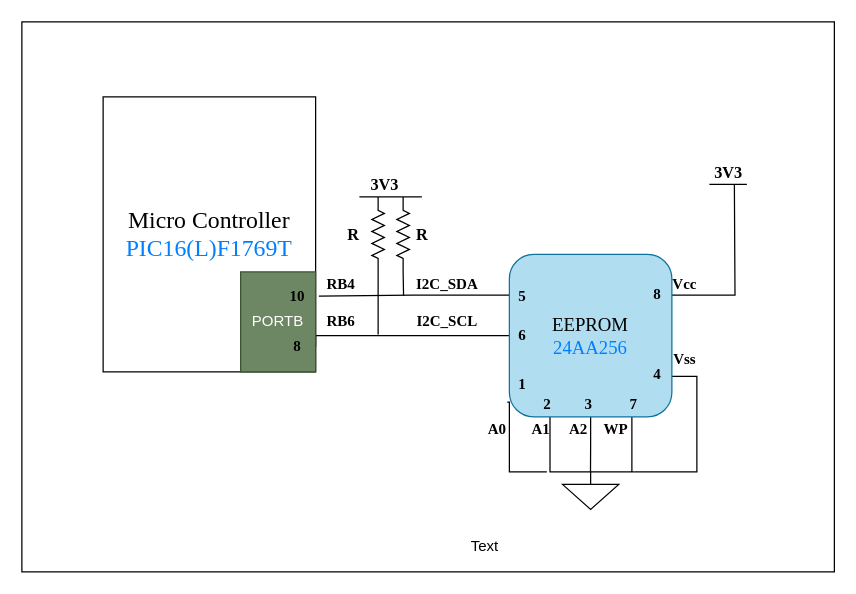
francis-job/BLOCK_DIAGRAMS keeps this draw.io diagram as page "Page-3" (3 of 6) of Untitled Diagram.drawio. Above is the earlier version. Source tidied: cells renumbered, new cells numbered last; positions are measured from the earlier drawing's top-left corner, leaving out a move shared by most shapes. Both pictures are drawn from the tidied source at 125%, with x=0, y=0 at pixel (21, 21).
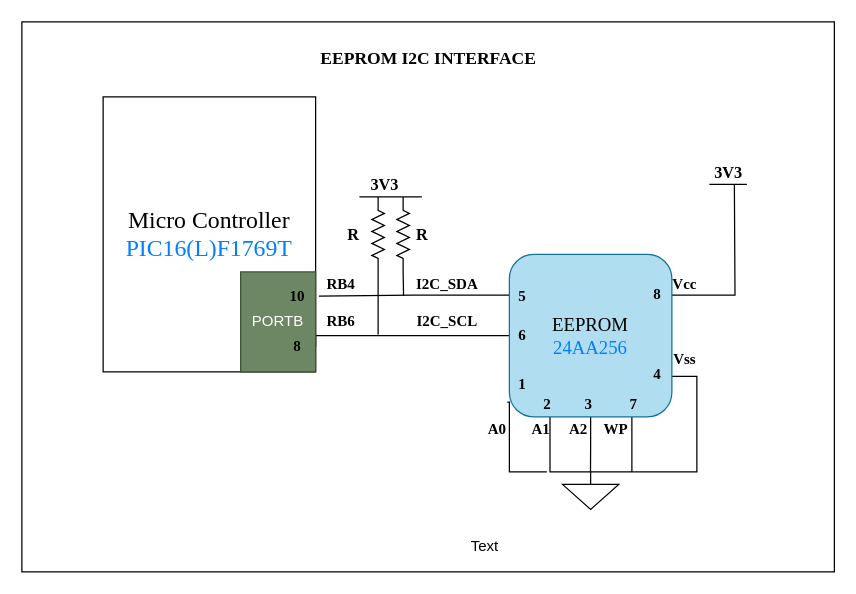
The same diagram, later.

Diff of the diagram source:
```diff
@@
+    <mxCell id="46" value="&lt;font face=&quot;Times New Roman&quot; size=&quot;1&quot;&gt;&lt;b style=&quot;font-size: 14px&quot;&gt;EEPROM I2C INTERFACE&lt;/b&gt;&lt;/font&gt;" style="text;html=1;align=center;verticalAlign=middle;" parent="1" vertex="1">
+      <mxGeometry x="230" y="20" width="190" height="20" as="geometry" />
+    </mxCell>
```
